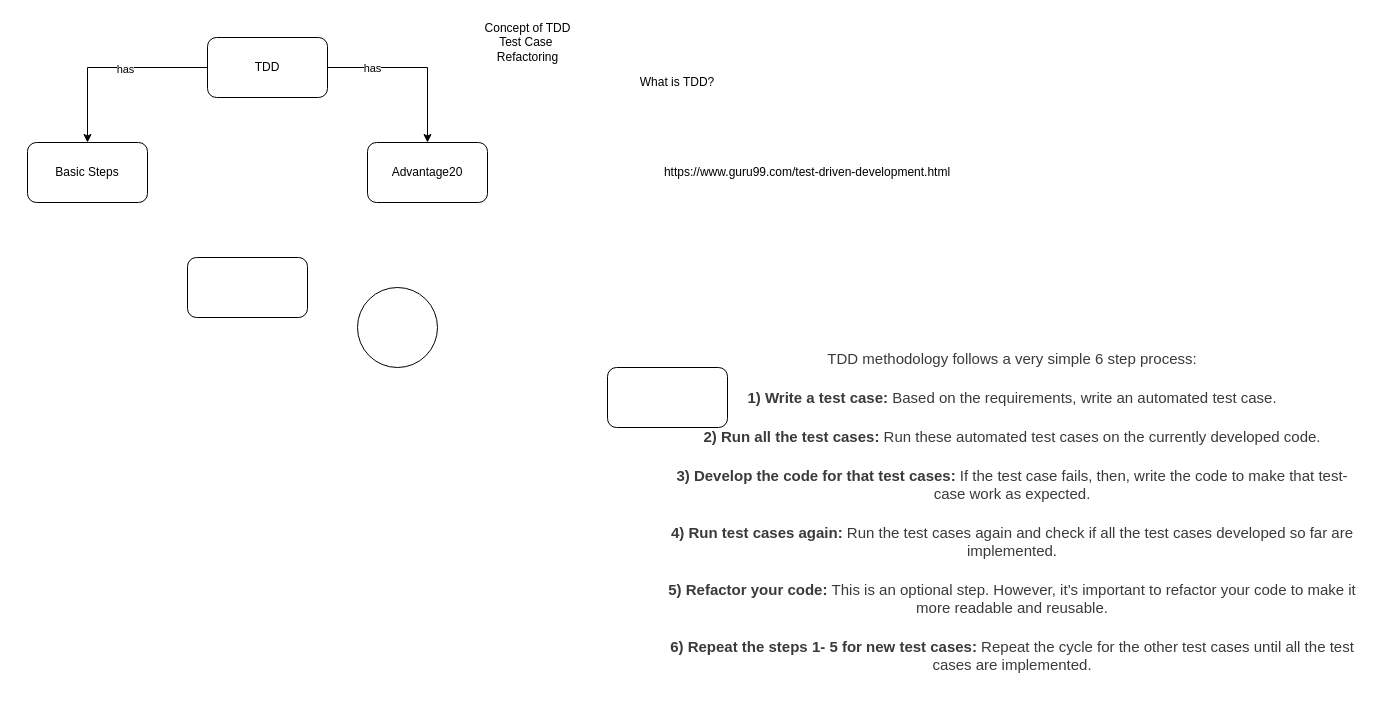
Earlier version of the draw.io diagram TDD Concept Map.drawio (vincent9394/ioDraw). Source tidied: cells renumbered, new cells numbered last; positions are measured from the earlier drawing's top-left corner, leaving out a move shared by most shapes. Both pictures are drawn from the tidied source at 100%, with x=0, y=0 at pixel (27, 17).
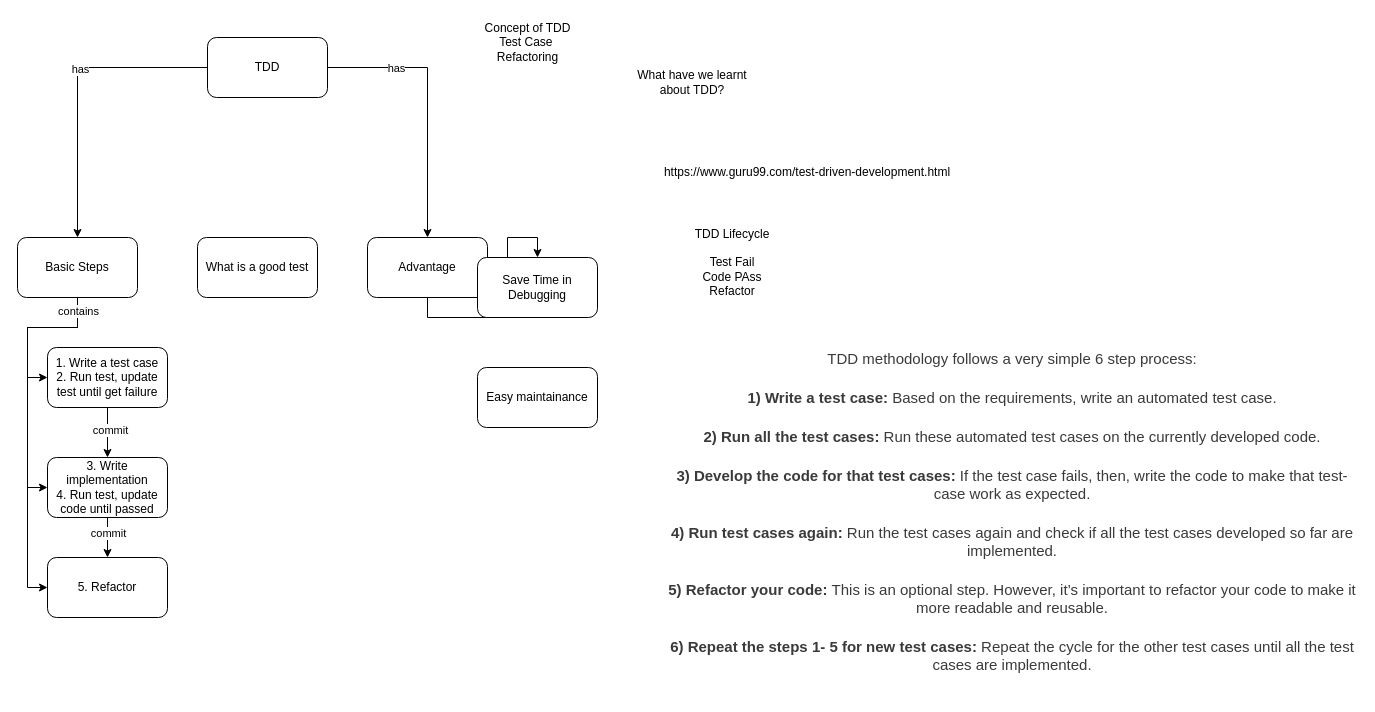
After the change.

What changed in the source:
```diff
@@
-    <mxCell id="8" value="What is TDD?" style="text;html=1;strokeColor=none;fillColor=none;align=center;verticalAlign=middle;whiteSpace=wrap;rounded=0;" parent="1" vertex="1">
-      <mxGeometry x="600" y="50" width="100" height="30" as="geometry" />
+    <mxCell id="8" value="What have we learnt about TDD?" style="text;html=1;strokeColor=none;fillColor=none;align=center;verticalAlign=middle;whiteSpace=wrap;rounded=0;" parent="1" vertex="1">
+      <mxGeometry x="600" y="50" width="130" height="30" as="geometry" />
     </mxCell>
+    <mxCell id="16" style="edgeStyle=orthogonalEdgeStyle;rounded=0;jettySize=auto;html=1;entryX=0;entryY=0.5;entryDx=0;entryDy=0;" parent="1" edge="1" source="9" target="26">
+      <mxGeometry relative="1" as="geometry">
+        <Array as="points">
+          <mxPoint x="50" y="310" />
+          <mxPoint y="310" />
+          <mxPoint y="360" />
+        </Array>
+      </mxGeometry>
+    </mxCell>
+    <mxCell id="17" style="edgeStyle=orthogonalEdgeStyle;rounded=0;jettySize=auto;html=1;entryX=0;entryY=0.5;entryDx=0;entryDy=0;" parent="1" edge="1" source="9" target="30">
+      <mxGeometry relative="1" as="geometry">
+        <Array as="points">
+          <mxPoint x="50" y="310" />
+          <mxPoint y="310" />
+          <mxPoint y="470" />
+        </Array>
+      </mxGeometry>
+    </mxCell>
+    <mxCell id="18" style="edgeStyle=orthogonalEdgeStyle;rounded=0;jettySize=auto;html=1;entryX=0;entryY=0.5;entryDx=0;entryDy=0;" parent="1" edge="1" source="9" target="31">
+      <mxGeometry relative="1" as="geometry">
+        <Array as="points">
+          <mxPoint x="50" y="310" />
+          <mxPoint y="310" />
+          <mxPoint y="570" />
+        </Array>
+      </mxGeometry>
+    </mxCell>
+    <mxCell id="19" value="contains" style="edgeLabel;html=1;align=center;verticalAlign=middle;" parent="18" vertex="1">
+      <mxGeometry x="-0.93" relative="1" as="geometry" />
+    </mxCell>
     <mxCell id="9" value="Basic Steps" style="rounded=1;whiteSpace=wrap;html=1;" parent="1" vertex="1">
-      <mxGeometry y="125" width="120" height="60" as="geometry" />
+      <mxGeometry x="-10" y="220" width="120" height="60" as="geometry" />
     </mxCell>
+    <mxCell id="20" style="edgeStyle=orthogonalEdgeStyle;rounded=0;jettySize=auto;html=1;" parent="1" edge="1" source="10" target="25">
+      <mxGeometry relative="1" as="geometry" />
+    </mxCell>
-    <mxCell id="10" value="Advantage20" style="rounded=1;whiteSpace=wrap;html=1;" parent="1" vertex="1">
-      <mxGeometry x="340" y="125" width="120" height="60" as="geometry" />
+    <mxCell id="10" value="Advantage" style="rounded=1;whiteSpace=wrap;html=1;" parent="1" vertex="1">
+      <mxGeometry x="340" y="220" width="120" height="60" as="geometry" />
     </mxCell>
@@
-    <mxCell id="13" style="ellipse;whiteSpace=wrap;html=1;" parent="1" vertex="1">
-      <mxGeometry x="330" y="270" width="80" height="80" as="geometry" />
-    </mxCell>
-    <mxCell id="14" style="rounded=1;whiteSpace=wrap;html=1;" parent="1" vertex="1">
-      <mxGeometry x="580" y="350" width="120" height="60" as="geometry" />
-    </mxCell>
-    <mxCell id="15" style="rounded=1;whiteSpace=wrap;html=1;" parent="1" vertex="1">
-      <mxGeometry x="160" y="240" width="120" height="60" as="geometry" />
-    </mxCell>
+    <mxCell id="21" value="What is a good test" style="rounded=1;whiteSpace=wrap;html=1;" parent="1" vertex="1">
+      <mxGeometry x="170" y="220" width="120" height="60" as="geometry" />
+    </mxCell>
+    <mxCell id="22" value="TDD Lifecycle&lt;br&gt;&lt;br&gt;Test Fail&lt;br&gt;Code PAss&lt;br&gt;Refactor" style="text;html=1;strokeColor=none;fillColor=none;align=center;verticalAlign=middle;whiteSpace=wrap;rounded=0;" parent="1" vertex="1">
+      <mxGeometry x="610" y="230" width="190" height="30" as="geometry" />
+    </mxCell>
+    <mxCell id="23" style="edgeStyle=orthogonalEdgeStyle;rounded=0;jettySize=auto;html=1;entryX=0.5;entryY=0;entryDx=0;entryDy=0;" parent="1" edge="1" source="26" target="30">
+      <mxGeometry relative="1" as="geometry" />
+    </mxCell>
+    <mxCell id="24" value="commit" style="edgeLabel;html=1;align=center;verticalAlign=middle;" parent="23" vertex="1">
+      <mxGeometry x="-0.12" y="2" relative="1" as="geometry" />
+    </mxCell>
+    <mxCell id="25" value="Save Time in Debugging" style="rounded=1;whiteSpace=wrap;html=1;" parent="1" vertex="1">
+      <mxGeometry x="450" y="240" width="120" height="60" as="geometry" />
+    </mxCell>
+    <mxCell id="26" value="1. Write a test case&lt;br&gt;2. Run test, update test until get failure" style="rounded=1;whiteSpace=wrap;html=1;" parent="1" vertex="1">
+      <mxGeometry x="20" y="330" width="120" height="60" as="geometry" />
+    </mxCell>
+    <mxCell id="27" value="Easy maintainance" style="rounded=1;whiteSpace=wrap;html=1;" parent="1" vertex="1">
+      <mxGeometry x="450" y="350" width="120" height="60" as="geometry" />
+    </mxCell>
+    <mxCell id="28" style="edgeStyle=orthogonalEdgeStyle;rounded=0;jettySize=auto;html=1;" parent="1" edge="1" source="30" target="31">
+      <mxGeometry relative="1" as="geometry" />
+    </mxCell>
+    <mxCell id="29" value="commit" style="edgeLabel;html=1;align=center;verticalAlign=middle;" parent="28" vertex="1">
+      <mxGeometry x="-0.25" relative="1" as="geometry" />
+    </mxCell>
+    <mxCell id="30" value="3. Write implementation&lt;br&gt;4. Run test, update code until passed" style="rounded=1;whiteSpace=wrap;html=1;" parent="1" vertex="1">
+      <mxGeometry x="20" y="440" width="120" height="60" as="geometry" />
+    </mxCell>
+    <mxCell id="31" value="5. Refactor" style="rounded=1;whiteSpace=wrap;html=1;" parent="1" vertex="1">
+      <mxGeometry x="20" y="540" width="120" height="60" as="geometry" />
+    </mxCell>
```
